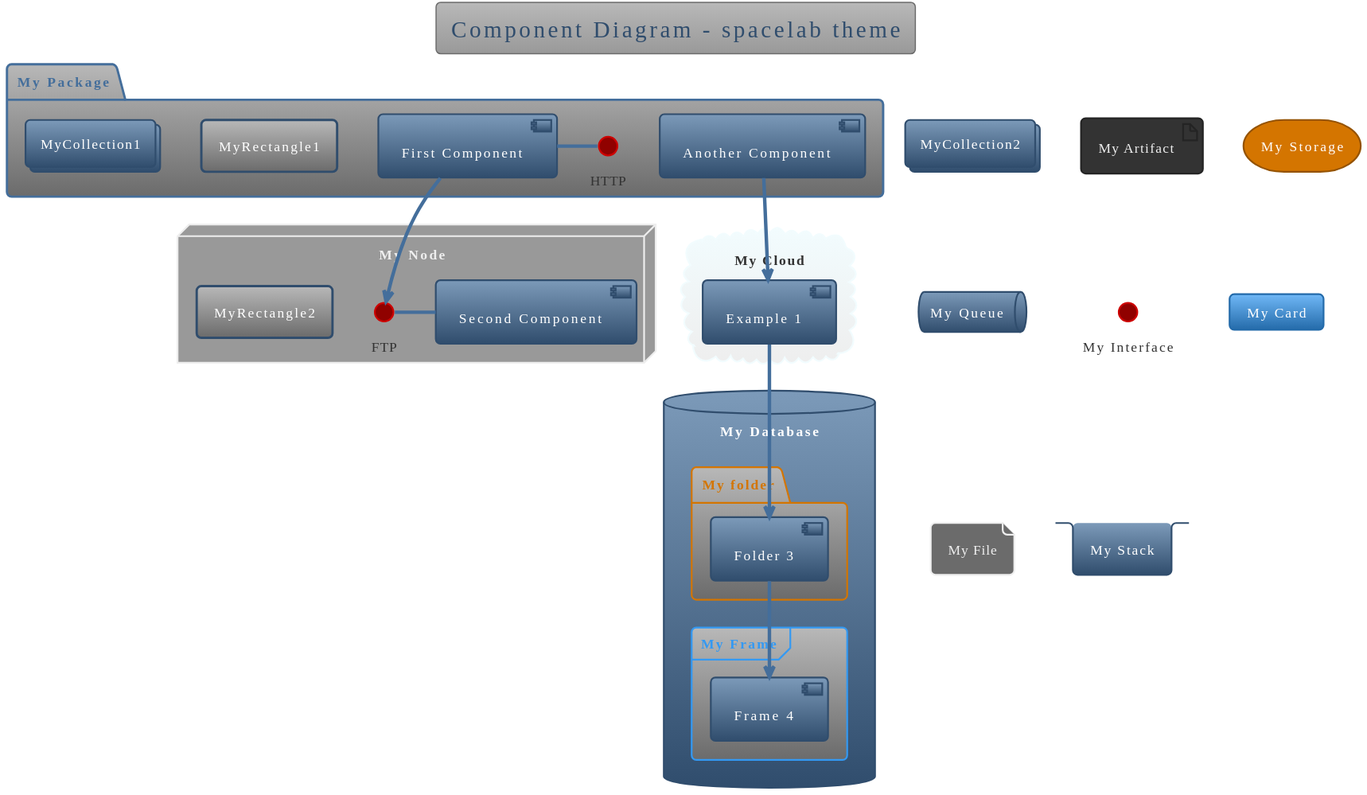
The PlantUML diagram themes/spacelab/component-ex.svg in bschwarz/puml-themes, before a commit.
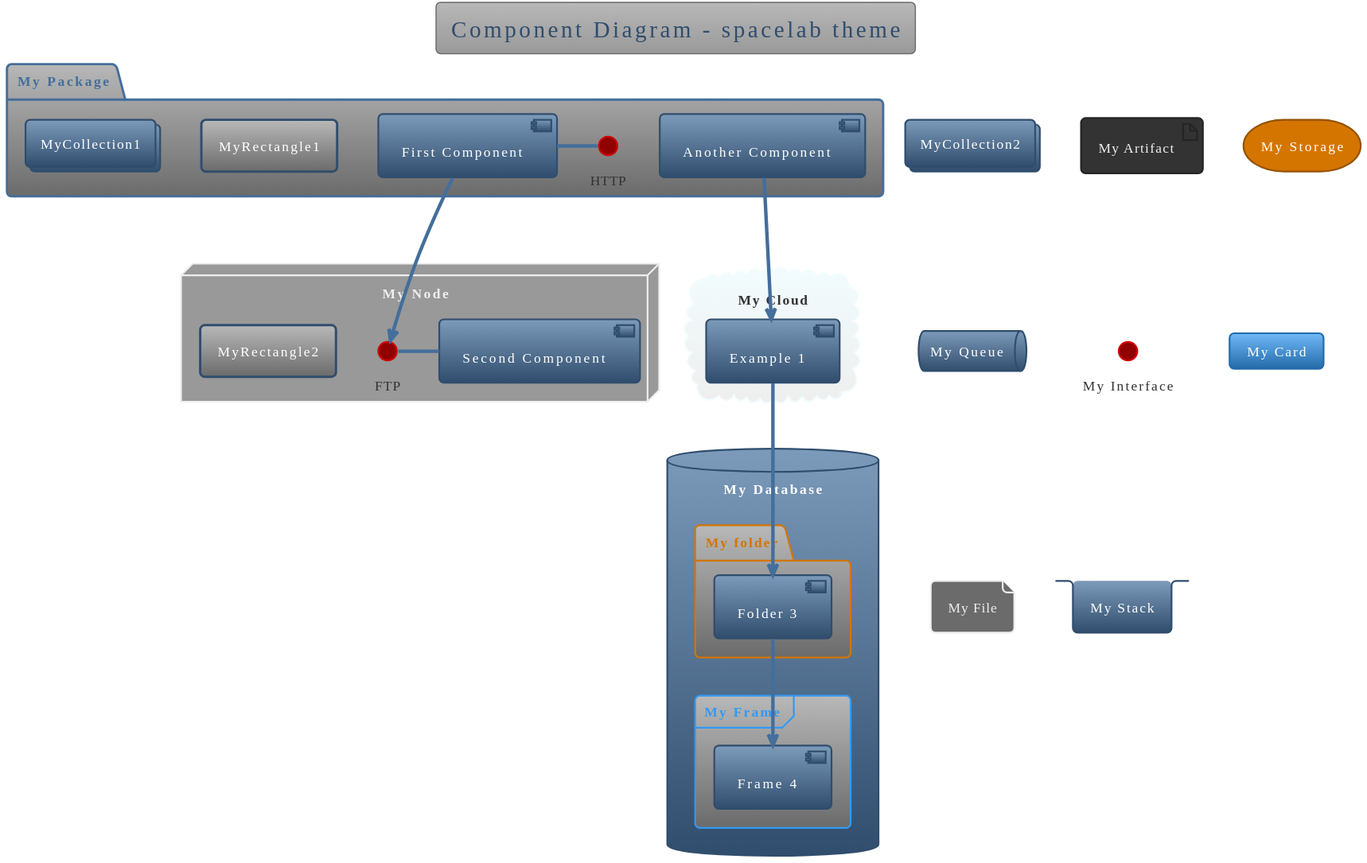
The same diagram one commit later.

What changed in the source:
```diff
@@ -460,7 +460,7 @@
 file "My File"
 stack "My Stack"
 
-[Another Component] --> [Example 1]
+[Another Component] --> [Example 1]: some message
 [Example 1] --> [Folder 3]
 [Folder 3] --> [Frame 4]
 
```
